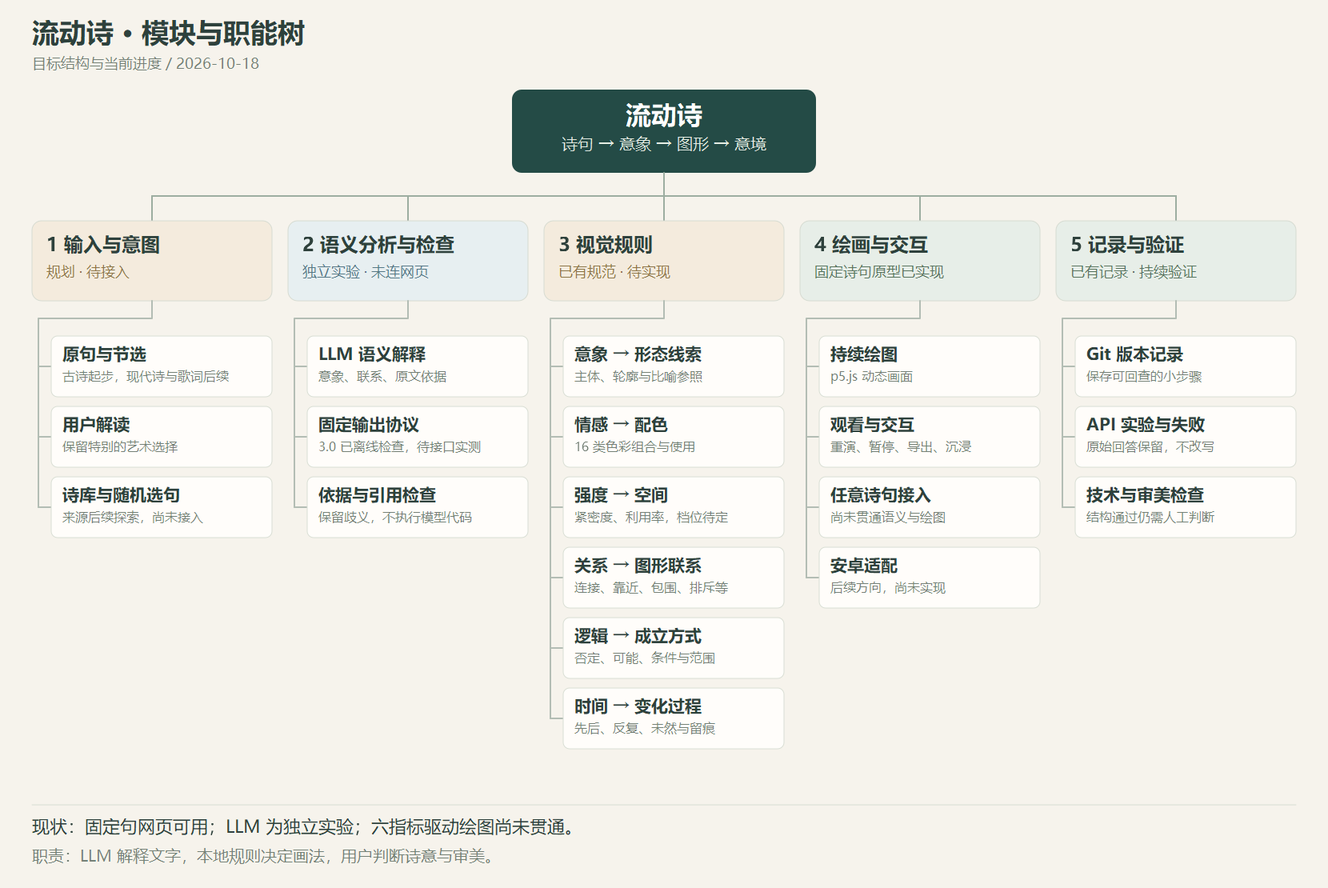
Before: docs/assets/模块职能树.png, a diagram exported from Mermaid (tuolaskifc/flowing-poetry). Its source is kept beside it as docs/assets/模块职能树.mmd. Source of this version:
```mermaid
flowchart TD
  root["流动诗<br/>诗句 → 意象 → 图形 → 意境"]
  root --> input["1  输入与意图<br/>规划 · 待接入"]
  input --> input1["原句与节选<br/>古诗起步，现代诗与歌词后续"]
  input --> input2["用户解读<br/>保留特别的艺术选择"]
  input --> input3["诗库与随机选句<br/>来源后续探索，尚未接入"]
  root --> semantic["2  语义分析与检查<br/>独立实验 · 未连网页"]
  semantic --> semantic1["LLM 语义解释<br/>意象、联系、原文依据"]
  semantic --> semantic2["固定输出协议<br/>3.0 已离线检查，待接口实测"]
  semantic --> semantic3["依据与引用检查<br/>保留歧义，不执行模型代码"]
  root --> visual["3  视觉规则<br/>已有规范 · 待实现"]
  visual --> visual1["意象 → 形态线索<br/>主体、轮廓与比喻参照"]
  visual --> visual2["情感 → 配色<br/>16 类色彩组合与使用"]
  visual --> visual3["强度 → 空间<br/>紧密度、利用率，档位待定"]
  visual --> visual4["关系 → 图形联系<br/>连接、靠近、包围、排斥等"]
  visual --> visual5["逻辑 → 成立方式<br/>否定、可能、条件与范围"]
  visual --> visual6["时间 → 变化过程<br/>先后、反复、未然与留痕"]
  root --> render["4  绘画与交互<br/>固定诗句原型已实现"]
  render --> render1["持续绘图<br/>p5.js 动态画面"]
  render --> render2["观看与交互<br/>重演、暂停、导出、沉浸"]
  render --> render3["任意诗句接入<br/>尚未贯通语义与绘图"]
  render --> render4["安卓适配<br/>后续方向，尚未实现"]
  root --> records["5  记录与验证<br/>已有记录 · 持续验证"]
  records --> records1["Git 版本记录<br/>保存可回查的小步骤"]
  records --> records2["API 实验与失败<br/>原始回答保留，不改写"]
  records --> records3["技术与审美检查<br/>结构通过仍需人工判断"]
  classDef root fill:#244B46,color:#ffffff,stroke:#244B46
  classDef planned fill:#F4EBDD,stroke:#D6C39C,color:#3D4543
  classDef partial fill:#E7EFF1,stroke:#A3B9C1,color:#3D4543
  classDef ready fill:#E7EEE8,stroke:#A7BBA9,color:#3D4543
  class root root
  class input,visual planned
  class semantic partial
  class render,records ready
```
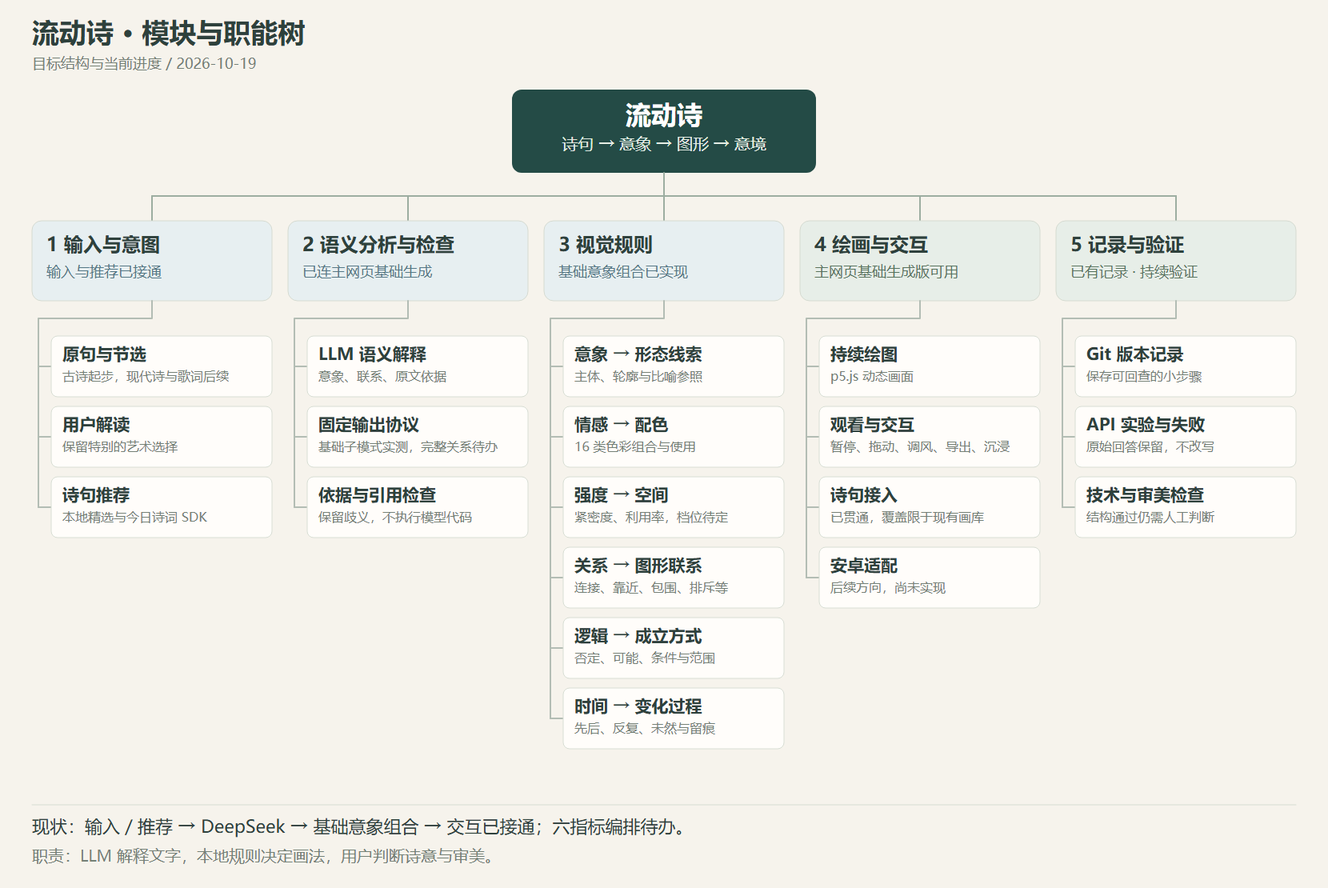
Above is the later version.

What changed in the source:
```diff
@@ -1,24 +1,24 @@
 flowchart TD
   root["流动诗<br/>诗句 → 意象 → 图形 → 意境"]
-  root --> input["1  输入与意图<br/>规划 · 待接入"]
+  root --> input["1  输入与意图<br/>输入与推荐已接通"]
   input --> input1["原句与节选<br/>古诗起步，现代诗与歌词后续"]
   input --> input2["用户解读<br/>保留特别的艺术选择"]
-  input --> input3["诗库与随机选句<br/>来源后续探索，尚未接入"]
-  root --> semantic["2  语义分析与检查<br/>独立实验 · 未连网页"]
+  input --> input3["诗句推荐<br/>本地精选与今日诗词 SDK"]
+  root --> semantic["2  语义分析与检查<br/>已连主网页基础生成"]
   semantic --> semantic1["LLM 语义解释<br/>意象、联系、原文依据"]
-  semantic --> semantic2["固定输出协议<br/>3.0 已离线检查，待接口实测"]
+  semantic --> semantic2["固定输出协议<br/>基础子模式实测，完整关系待办"]
   semantic --> semantic3["依据与引用检查<br/>保留歧义，不执行模型代码"]
-  root --> visual["3  视觉规则<br/>已有规范 · 待实现"]
+  root --> visual["3  视觉规则<br/>基础意象组合已实现"]
   visual --> visual1["意象 → 形态线索<br/>主体、轮廓与比喻参照"]
   visual --> visual2["情感 → 配色<br/>16 类色彩组合与使用"]
   visual --> visual3["强度 → 空间<br/>紧密度、利用率，档位待定"]
   visual --> visual4["关系 → 图形联系<br/>连接、靠近、包围、排斥等"]
   visual --> visual5["逻辑 → 成立方式<br/>否定、可能、条件与范围"]
   visual --> visual6["时间 → 变化过程<br/>先后、反复、未然与留痕"]
-  root --> render["4  绘画与交互<br/>固定诗句原型已实现"]
+  root --> render["4  绘画与交互<br/>主网页基础生成版可用"]
   render --> render1["持续绘图<br/>p5.js 动态画面"]
-  render --> render2["观看与交互<br/>重演、暂停、导出、沉浸"]
-  render --> render3["任意诗句接入<br/>尚未贯通语义与绘图"]
+  render --> render2["观看与交互<br/>暂停、拖动、调风、导出、沉浸"]
+  render --> render3["诗句接入<br/>已贯通，覆盖限于现有画库"]
   render --> render4["安卓适配<br/>后续方向，尚未实现"]
   root --> records["5  记录与验证<br/>已有记录 · 持续验证"]
   records --> records1["Git 版本记录<br/>保存可回查的小步骤"]
@@ -29,6 +29,5 @@
   classDef partial fill:#E7EFF1,stroke:#A3B9C1,color:#3D4543
   classDef ready fill:#E7EEE8,stroke:#A7BBA9,color:#3D4543
   class root root
-  class input,visual planned
-  class semantic partial
+  class input,semantic,visual partial
   class render,records ready
```
